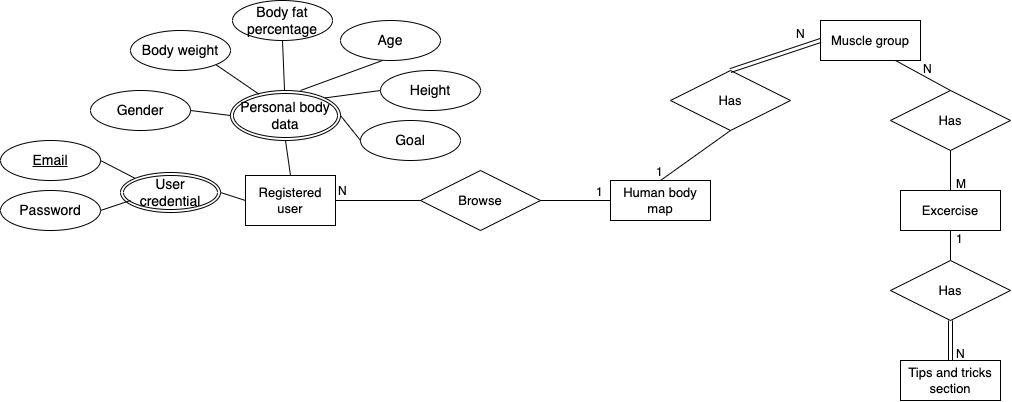
Above: images/er_diagram.png in mezyn/Get-fit (draw.io), before the change. Source tidied: cells renumbered, new cells last; positions are measured from the earlier drawing's top-left corner, leaving out a move shared by most shapes.
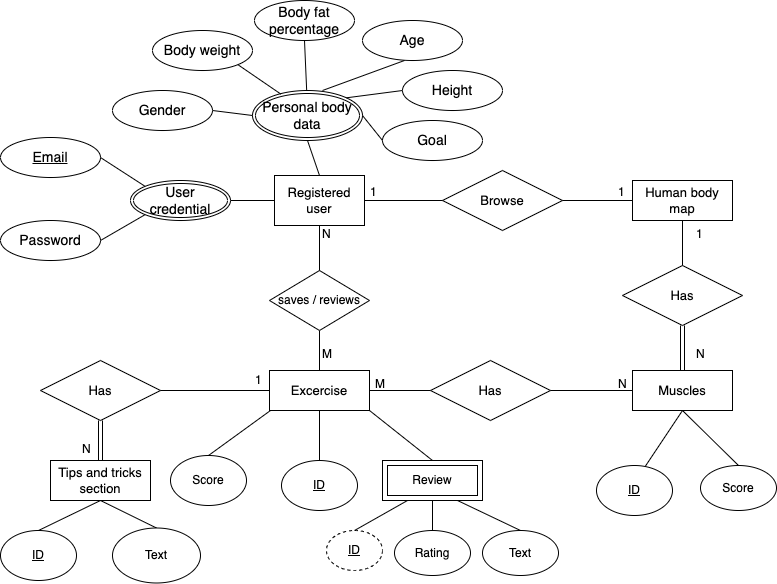
Later version of the same file.

Change to the diagram source:
```diff
@@ -3,7 +3,7 @@
     <mxCell id="0" />
     <mxCell id="1" parent="0" />
     <mxCell id="2" value="Registered user" style="rounded=0;whiteSpace=wrap;html=1;fontSize=13;" parent="1" vertex="1">
-      <mxGeometry x="245" y="175" width="90" height="50" as="geometry" />
+      <mxGeometry x="252" y="175" width="90" height="50" as="geometry" />
     </mxCell>
     <mxCell id="3" value="Personal body data" style="ellipse;shape=doubleEllipse;margin=3;whiteSpace=wrap;html=1;align=center;fontSize=14;" parent="1" vertex="1">
       <mxGeometry x="230" y="90" width="110" height="50" as="geometry" />
@@ -62,86 +62,163 @@
       <mxGeometry relative="1" as="geometry" />
     </mxCell>
     <mxCell id="21" value="Has" style="shape=rhombus;perimeter=rhombusPerimeter;whiteSpace=wrap;html=1;align=center;fontSize=13;" parent="1" vertex="1">
-      <mxGeometry x="670" y="70" width="120" height="60" as="geometry" />
+      <mxGeometry x="600" y="265" width="120" height="60" as="geometry" />
     </mxCell>
-    <mxCell id="22" style="endArrow=none;html=1;rounded=0;fontSize=14;exitX=0.5;exitY=0;exitDx=0;exitDy=0;entryX=0.5;entryY=1;entryDx=0;entryDy=0;" parent="1" edge="1" source="17" target="21">
+    <mxCell id="22" style="endArrow=none;html=1;rounded=0;fontSize=14;exitX=0.5;exitY=1;exitDx=0;exitDy=0;entryX=0.5;entryY=0;entryDx=0;entryDy=0;" parent="1" edge="1" source="17" target="21">
       <mxGeometry relative="1" as="geometry" />
     </mxCell>
-    <mxCell id="23" value="Muscle group" style="whiteSpace=wrap;html=1;align=center;fontSize=13;" parent="1" vertex="1">
-      <mxGeometry x="820" y="20" width="100" height="40" as="geometry" />
+    <mxCell id="23" value="Muscles" style="whiteSpace=wrap;html=1;align=center;fontSize=13;" parent="1" vertex="1">
+      <mxGeometry x="610" y="370" width="100" height="40" as="geometry" />
     </mxCell>
     <mxCell id="24" value="Has" style="shape=rhombus;perimeter=rhombusPerimeter;whiteSpace=wrap;html=1;align=center;fontSize=13;" parent="1" vertex="1">
-      <mxGeometry x="890" y="90" width="120" height="60" as="geometry" />
+      <mxGeometry x="408" y="360" width="120" height="60" as="geometry" />
     </mxCell>
-    <mxCell id="25" style="endArrow=none;html=1;rounded=0;fontSize=14;exitX=0.75;exitY=1;exitDx=0;exitDy=0;entryX=0.5;entryY=0;entryDx=0;entryDy=0;" parent="1" edge="1" source="23" target="24">
+    <mxCell id="25" style="endArrow=none;html=1;rounded=0;fontSize=14;exitX=0;exitY=0.5;exitDx=0;exitDy=0;entryX=1;entryY=0.5;entryDx=0;entryDy=0;" parent="1" edge="1" source="23" target="24">
       <mxGeometry relative="1" as="geometry" />
     </mxCell>
     <mxCell id="26" value="Excercise" style="whiteSpace=wrap;html=1;align=center;fontSize=13;" parent="1" vertex="1">
-      <mxGeometry x="900" y="190" width="100" height="40" as="geometry" />
+      <mxGeometry x="247" y="370" width="100" height="40" as="geometry" />
     </mxCell>
-    <mxCell id="27" style="endArrow=none;html=1;rounded=0;fontSize=14;exitX=0.5;exitY=1;exitDx=0;exitDy=0;entryX=0.5;entryY=0;entryDx=0;entryDy=0;" parent="1" edge="1" source="24" target="26">
+    <mxCell id="27" style="endArrow=none;html=1;rounded=0;fontSize=14;exitX=0;exitY=0.5;exitDx=0;exitDy=0;entryX=1;entryY=0.5;entryDx=0;entryDy=0;" parent="1" edge="1" source="24" target="26">
       <mxGeometry relative="1" as="geometry" />
     </mxCell>
     <mxCell id="28" value="Tips and tricks section" style="whiteSpace=wrap;html=1;align=center;fontSize=13;" parent="1" vertex="1">
-      <mxGeometry x="900" y="360" width="100" height="40" as="geometry" />
+      <mxGeometry x="28" y="460" width="100" height="40" as="geometry" />
     </mxCell>
-    <mxCell id="29" style="endArrow=none;html=1;rounded=0;fontSize=14;exitX=0.5;exitY=1;exitDx=0;exitDy=0;" parent="1" edge="1" source="26">
-      <mxGeometry relative="1" as="geometry">
-        <mxPoint x="950" y="260" as="targetPoint" />
-      </mxGeometry>
-    </mxCell>
     <mxCell id="30" value="Has" style="shape=rhombus;perimeter=rhombusPerimeter;whiteSpace=wrap;html=1;align=center;fontSize=13;" parent="1" vertex="1">
-      <mxGeometry x="890" y="260" width="120" height="60" as="geometry" />
+      <mxGeometry x="18" y="360" width="120" height="60" as="geometry" />
     </mxCell>
     <mxCell id="31" value="1" style="text;strokeColor=none;fillColor=none;spacingLeft=4;spacingRight=4;overflow=hidden;fontSize=12;" parent="1" vertex="1">
       <mxGeometry x="590" y="178" width="20" height="30" as="geometry" />
     </mxCell>
     <mxCell id="32" value="N" style="text;strokeColor=none;fillColor=none;spacingLeft=4;spacingRight=4;overflow=hidden;fontSize=12;" parent="1" vertex="1">
-      <mxGeometry x="332" y="177" width="20" height="30" as="geometry" />
+      <mxGeometry x="294" y="220" width="20" height="30" as="geometry" />
     </mxCell>
-    <mxCell id="33" style="shape=link;html=1;rounded=0;fontSize=13;exitX=0.5;exitY=0;exitDx=0;exitDy=0;entryX=0;entryY=0.5;entryDx=0;entryDy=0;" parent="1" edge="1" source="21" target="23">
+    <mxCell id="33" style="shape=link;html=1;rounded=0;fontSize=13;entryX=0.5;entryY=0;entryDx=0;entryDy=0;exitX=0.5;exitY=1;exitDx=0;exitDy=0;" parent="1" edge="1" source="21" target="23">
       <mxGeometry relative="1" as="geometry" />
     </mxCell>
     <mxCell id="34" value="1" style="text;strokeColor=none;fillColor=none;spacingLeft=4;spacingRight=4;overflow=hidden;fontSize=12;" parent="1" vertex="1">
-      <mxGeometry x="650" y="158" width="20" height="30" as="geometry" />
+      <mxGeometry x="668" y="220" width="20" height="30" as="geometry" />
     </mxCell>
     <mxCell id="35" value="N" style="text;strokeColor=none;fillColor=none;spacingLeft=4;spacingRight=4;overflow=hidden;fontSize=12;" parent="1" vertex="1">
-      <mxGeometry x="790" y="20" width="20" height="30" as="geometry" />
+      <mxGeometry x="668" y="340" width="20" height="30" as="geometry" />
     </mxCell>
     <mxCell id="36" value="M" style="text;strokeColor=none;fillColor=none;spacingLeft=4;spacingRight=4;overflow=hidden;fontSize=12;" parent="1" vertex="1">
-      <mxGeometry x="950" y="170" width="20" height="30" as="geometry" />
+      <mxGeometry x="347" y="370" width="20" height="30" as="geometry" />
     </mxCell>
-    <mxCell id="37" value="N" style="text;strokeColor=none;fillColor=none;spacingLeft=4;spacingRight=4;overflow=hidden;fontSize=12;" parent="1" vertex="1">
-      <mxGeometry x="917" y="55" width="20" height="30" as="geometry" />
+    <mxCell id="37" value="M" style="text;strokeColor=none;fillColor=none;spacingLeft=4;spacingRight=4;overflow=hidden;fontSize=12;" parent="1" vertex="1">
+      <mxGeometry x="294" y="340" width="20" height="30" as="geometry" />
     </mxCell>
     <mxCell id="38" style="shape=link;html=1;rounded=0;fontSize=13;exitX=0.5;exitY=0;exitDx=0;exitDy=0;entryX=0.5;entryY=1;entryDx=0;entryDy=0;" parent="1" edge="1" source="28" target="30">
       <mxGeometry relative="1" as="geometry" />
     </mxCell>
     <mxCell id="39" value="1" style="text;strokeColor=none;fillColor=none;spacingLeft=4;spacingRight=4;overflow=hidden;fontSize=12;" parent="1" vertex="1">
-      <mxGeometry x="950" y="225" width="20" height="30" as="geometry" />
+      <mxGeometry x="342" y="178" width="20" height="30" as="geometry" />
     </mxCell>
     <mxCell id="40" value="N" style="text;strokeColor=none;fillColor=none;spacingLeft=4;spacingRight=4;overflow=hidden;fontSize=12;" parent="1" vertex="1">
-      <mxGeometry x="950" y="340" width="20" height="30" as="geometry" />
+      <mxGeometry x="590" y="370" width="20" height="30" as="geometry" />
     </mxCell>
     <mxCell id="41" value="&lt;u&gt;Email&lt;/u&gt;" style="ellipse;whiteSpace=wrap;html=1;align=center;fontSize=14;" parent="1" vertex="1">
-      <mxGeometry y="140" width="100" height="40" as="geometry" />
+      <mxGeometry x="-22" y="137" width="100" height="40" as="geometry" />
     </mxCell>
     <mxCell id="42" value="User credential" style="ellipse;shape=doubleEllipse;margin=3;whiteSpace=wrap;html=1;align=center;fontSize=14;" parent="1" vertex="1">
-      <mxGeometry x="120" y="172" width="100" height="40" as="geometry" />
+      <mxGeometry x="108" y="180" width="100" height="40" as="geometry" />
     </mxCell>
     <mxCell id="43" value="Password" style="ellipse;whiteSpace=wrap;html=1;align=center;fontSize=14;" parent="1" vertex="1">
-      <mxGeometry y="190" width="100" height="40" as="geometry" />
+      <mxGeometry x="-22" y="220" width="100" height="40" as="geometry" />
     </mxCell>
     <mxCell id="44" style="endArrow=none;html=1;rounded=0;fontSize=14;exitX=1;exitY=0.5;exitDx=0;exitDy=0;entryX=0;entryY=0;entryDx=0;entryDy=0;" parent="1" edge="1" source="41" target="42">
       <mxGeometry relative="1" as="geometry" />
     </mxCell>
-    <mxCell id="45" style="endArrow=none;html=1;rounded=0;fontSize=14;exitX=1;exitY=0.5;exitDx=0;exitDy=0;" parent="1" edge="1" source="43">
-      <mxGeometry relative="1" as="geometry">
-        <mxPoint x="130" y="200" as="targetPoint" />
-      </mxGeometry>
+    <mxCell id="45" style="endArrow=none;html=1;rounded=0;fontSize=14;exitX=1;exitY=0.5;exitDx=0;exitDy=0;entryX=0;entryY=1;entryDx=0;entryDy=0;" parent="1" edge="1" source="43" target="42">
+      <mxGeometry relative="1" as="geometry" />
     </mxCell>
     <mxCell id="46" style="endArrow=none;html=1;rounded=0;fontSize=14;exitX=1;exitY=0.5;exitDx=0;exitDy=0;entryX=0;entryY=0.5;entryDx=0;entryDy=0;" parent="1" edge="1" source="42" target="2">
       <mxGeometry relative="1" as="geometry" />
     </mxCell>
+    <mxCell id="47" style="endArrow=none;html=1;rounded=0;exitX=0.5;exitY=0;exitDx=0;exitDy=0;entryX=0.5;entryY=1;entryDx=0;entryDy=0;" parent="1" edge="1" source="26" target="48">
+      <mxGeometry relative="1" as="geometry" />
+    </mxCell>
+    <mxCell id="48" value="saves / reviews" style="rhombus;whiteSpace=wrap;html=1;" parent="1" vertex="1">
+      <mxGeometry x="247" y="270" width="100" height="60" as="geometry" />
+    </mxCell>
+    <mxCell id="49" style="endArrow=none;html=1;rounded=0;exitX=0.5;exitY=0;exitDx=0;exitDy=0;entryX=0.5;entryY=1;entryDx=0;entryDy=0;" parent="1" edge="1" source="48" target="2">
+      <mxGeometry relative="1" as="geometry" />
+    </mxCell>
+    <mxCell id="50" style="endArrow=none;html=1;rounded=0;exitX=1;exitY=0.5;exitDx=0;exitDy=0;entryX=0;entryY=0.5;entryDx=0;entryDy=0;" parent="1" edge="1" source="30" target="26">
+      <mxGeometry relative="1" as="geometry" />
+    </mxCell>
+    <mxCell id="51" style="endArrow=none;html=1;rounded=0;entryX=0.5;entryY=1;entryDx=0;entryDy=0;exitX=0.5;exitY=0;exitDx=0;exitDy=0;" parent="1" edge="1" target="26">
+      <mxGeometry relative="1" as="geometry">
+        <mxPoint x="297" y="460" as="sourcePoint" />
+      </mxGeometry>
+    </mxCell>
+    <mxCell id="52" value="Score" style="ellipse;whiteSpace=wrap;html=1;" parent="1" vertex="1">
+      <mxGeometry x="148" y="455" width="76" height="50" as="geometry" />
+    </mxCell>
+    <mxCell id="53" style="endArrow=none;html=1;rounded=0;exitX=0.5;exitY=0;exitDx=0;exitDy=0;" parent="1" edge="1" source="52">
+      <mxGeometry relative="1" as="geometry">
+        <mxPoint x="248" y="410" as="targetPoint" />
+      </mxGeometry>
+    </mxCell>
+    <mxCell id="54" value="Review" style="shape=ext;margin=3;double=1;whiteSpace=wrap;html=1;align=center;" parent="1" vertex="1">
+      <mxGeometry x="360" y="460" width="100" height="40" as="geometry" />
+    </mxCell>
+    <mxCell id="55" style="endArrow=none;html=1;rounded=0;exitX=1;exitY=1;exitDx=0;exitDy=0;entryX=0.5;entryY=0;entryDx=0;entryDy=0;" parent="1" edge="1" source="26" target="54">
+      <mxGeometry relative="1" as="geometry" />
+    </mxCell>
+    <mxCell id="56" value="Score" style="ellipse;whiteSpace=wrap;html=1;" parent="1" vertex="1">
+      <mxGeometry x="678" y="465" width="76" height="45" as="geometry" />
+    </mxCell>
+    <mxCell id="57" value="&lt;u&gt;ID&lt;/u&gt;" style="ellipse;whiteSpace=wrap;html=1;" parent="1" vertex="1">
+      <mxGeometry x="259" y="460" width="76" height="50" as="geometry" />
+    </mxCell>
+    <mxCell id="58" style="endArrow=none;html=1;rounded=0;entryX=0.5;entryY=1;entryDx=0;entryDy=0;exitX=0.5;exitY=0;exitDx=0;exitDy=0;" parent="1" edge="1" target="23">
+      <mxGeometry relative="1" as="geometry">
+        <mxPoint x="620" y="470" as="sourcePoint" />
+      </mxGeometry>
+    </mxCell>
+    <mxCell id="59" style="endArrow=none;html=1;rounded=0;exitX=0.5;exitY=0;exitDx=0;exitDy=0;entryX=0.5;entryY=1;entryDx=0;entryDy=0;" parent="1" edge="1" source="56" target="23">
+      <mxGeometry relative="1" as="geometry" />
+    </mxCell>
+    <mxCell id="60" value="&lt;u&gt;ID&lt;/u&gt;" style="ellipse;whiteSpace=wrap;html=1;" parent="1" vertex="1">
+      <mxGeometry x="574" y="465" width="76" height="50" as="geometry" />
+    </mxCell>
+    <mxCell id="61" value="&lt;u&gt;ID&lt;/u&gt;" style="ellipse;whiteSpace=wrap;html=1;" parent="1" vertex="1">
+      <mxGeometry x="-22" y="530" width="76" height="50" as="geometry" />
+    </mxCell>
+    <mxCell id="62" style="endArrow=none;html=1;rounded=0;exitX=0.5;exitY=0;exitDx=0;exitDy=0;entryX=0.5;entryY=1;entryDx=0;entryDy=0;" parent="1" edge="1" source="61" target="28">
+      <mxGeometry relative="1" as="geometry" />
+    </mxCell>
+    <mxCell id="63" style="endArrow=none;html=1;rounded=0;exitX=0.5;exitY=0;exitDx=0;exitDy=0;entryX=0.5;entryY=1;entryDx=0;entryDy=0;" parent="1" edge="1" source="64" target="28">
+      <mxGeometry relative="1" as="geometry" />
+    </mxCell>
+    <mxCell id="64" value="Text" style="ellipse;whiteSpace=wrap;html=1;" parent="1" vertex="1">
+      <mxGeometry x="90" y="527.5" width="88" height="55" as="geometry" />
+    </mxCell>
+    <mxCell id="65" value="1" style="text;strokeColor=none;fillColor=none;spacingLeft=4;spacingRight=4;overflow=hidden;fontSize=12;" parent="1" vertex="1">
+      <mxGeometry x="227" y="366" width="20" height="30" as="geometry" />
+    </mxCell>
+    <mxCell id="66" value="N" style="text;strokeColor=none;fillColor=none;spacingLeft=4;spacingRight=4;overflow=hidden;fontSize=12;" parent="1" vertex="1">
+      <mxGeometry x="54" y="435" width="20" height="30" as="geometry" />
+    </mxCell>
+    <mxCell id="67" value="&lt;u&gt;ID&lt;/u&gt;" style="ellipse;whiteSpace=wrap;html=1;dashed=1;" parent="1" vertex="1">
+      <mxGeometry x="304" y="530" width="56" height="40" as="geometry" />
+    </mxCell>
+    <mxCell id="68" style="endArrow=none;html=1;rounded=0;exitX=0.5;exitY=0;exitDx=0;exitDy=0;entryX=0.25;entryY=1;entryDx=0;entryDy=0;" parent="1" edge="1" source="67" target="54">
+      <mxGeometry relative="1" as="geometry" />
+    </mxCell>
+    <mxCell id="69" value="Rating" style="ellipse;whiteSpace=wrap;html=1;" parent="1" vertex="1">
+      <mxGeometry x="372" y="530" width="76" height="45" as="geometry" />
+    </mxCell>
+    <mxCell id="70" value="Text" style="ellipse;whiteSpace=wrap;html=1;" parent="1" vertex="1">
+      <mxGeometry x="460" y="530" width="76" height="45" as="geometry" />
+    </mxCell>
+    <mxCell id="71" style="endArrow=none;html=1;rounded=0;exitX=0.5;exitY=0;exitDx=0;exitDy=0;entryX=0.5;entryY=1;entryDx=0;entryDy=0;" parent="1" edge="1" source="69" target="54">
+      <mxGeometry relative="1" as="geometry" />
+    </mxCell>
+    <mxCell id="72" style="endArrow=none;html=1;rounded=0;exitX=0.5;exitY=0;exitDx=0;exitDy=0;entryX=0.75;entryY=1;entryDx=0;entryDy=0;" parent="1" edge="1" source="70" target="54">
+      <mxGeometry relative="1" as="geometry" />
+    </mxCell>
   </root>
 </mxGraphModel>
```
